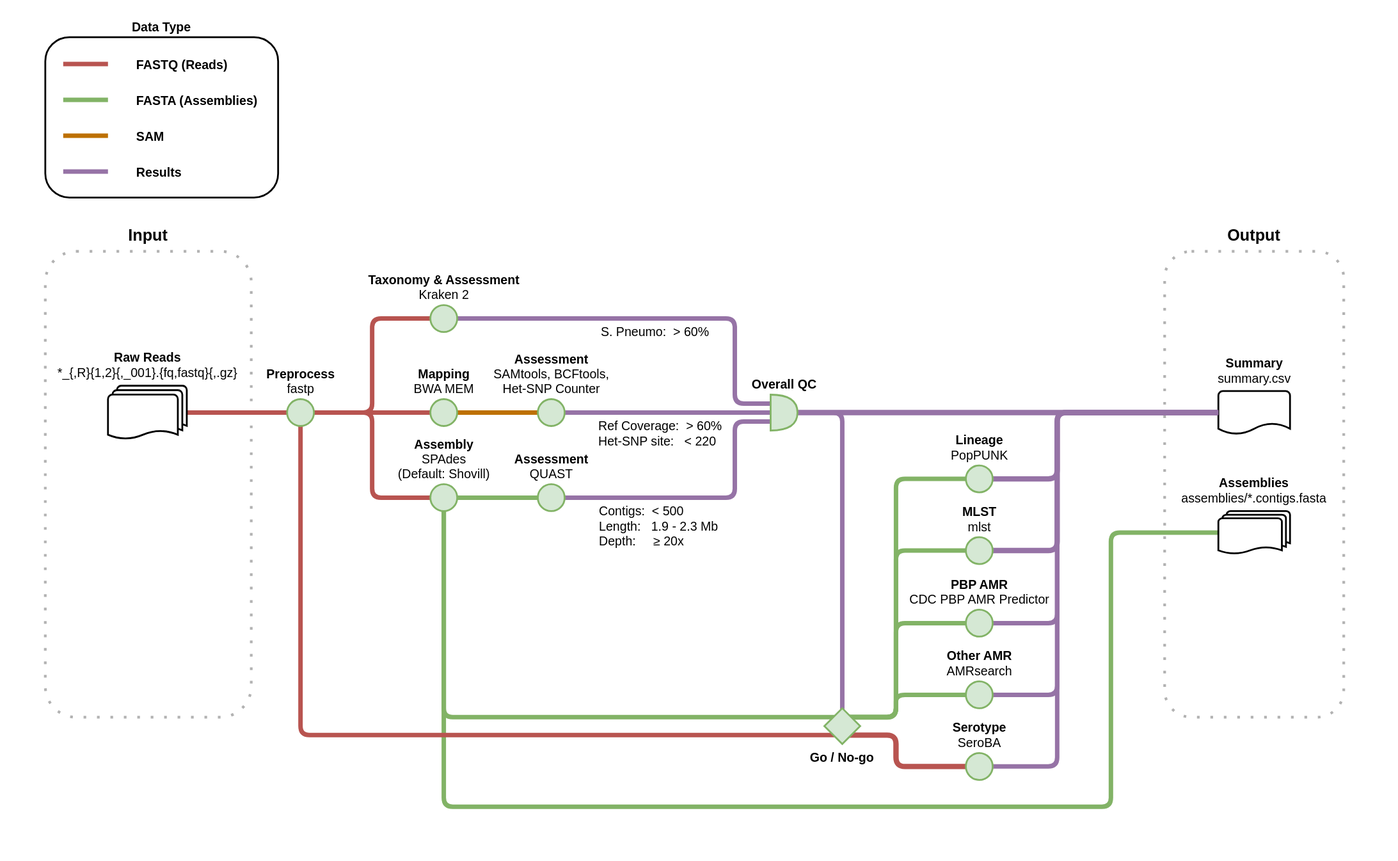
sanger-bentley-group/gps-pipeline keeps this draw.io diagram as doc/workflow.drawio.svg. Above is the earlier version. Source tidied: cells renumbered, new cells last; positions are measured from the earlier drawing's top-left corner, leaving out a move shared by most shapes.
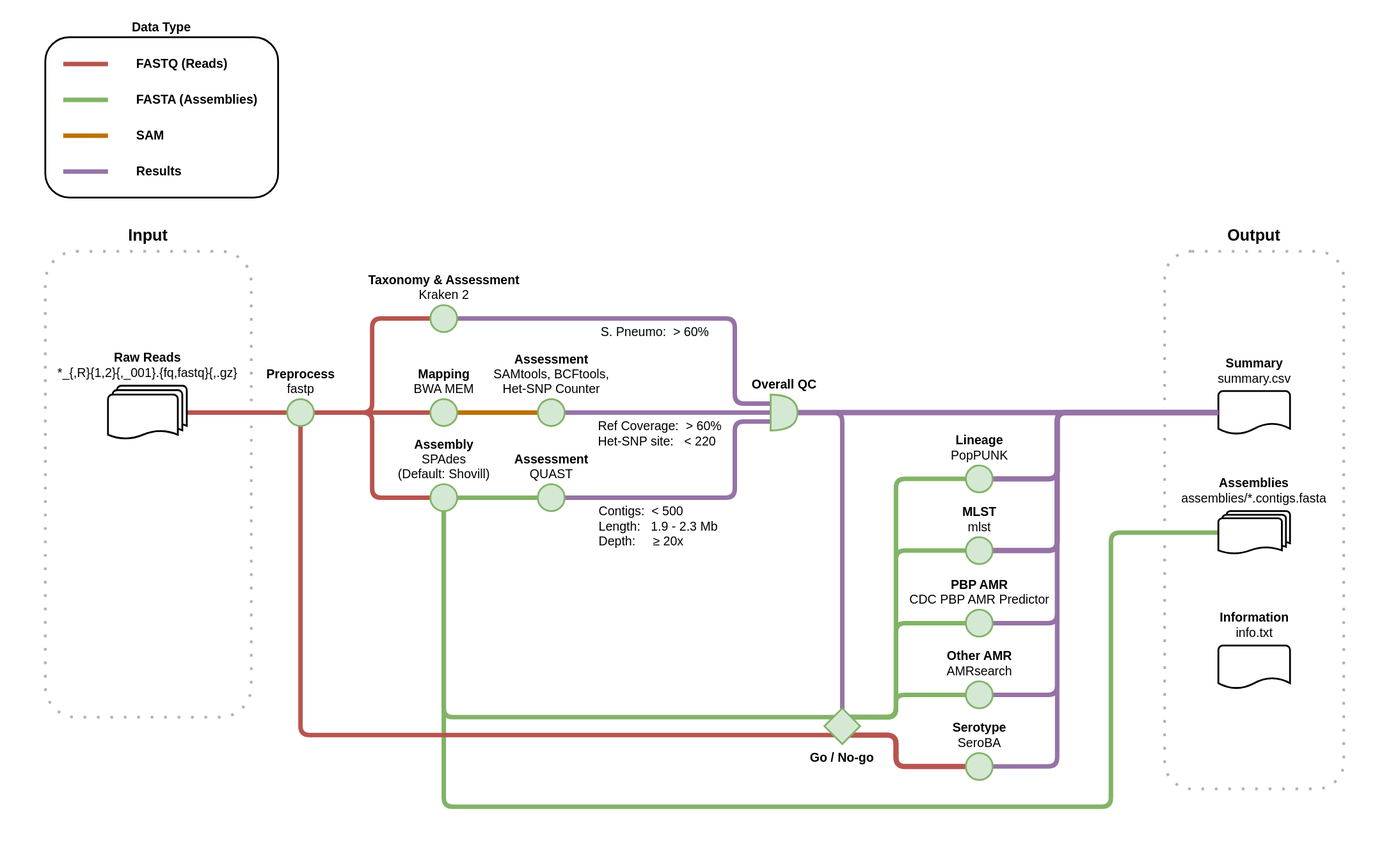
After the change.

Commit message:
Include information on info.txt

Change to the diagram source:
```diff
@@ -6,7 +6,7 @@
       <mxGeometry width="1560" height="960" as="geometry" />
     </mxCell>
     <mxCell id="3" value="Output" style="rounded=1;strokeColor=#000000;fillColor=none;dashed=1;strokeWidth=3;fontStyle=1;labelPosition=center;verticalLabelPosition=top;align=center;verticalAlign=bottom;fontSize=18;spacing=8;dashPattern=1 4;opacity=30;" parent="1" vertex="1">
-      <mxGeometry x="1300" y="280" width="200" height="520" as="geometry" />
+      <mxGeometry x="1300" y="280" width="200" height="600" as="geometry" />
     </mxCell>
     <mxCell id="4" value="Input" style="rounded=1;strokeColor=#000000;fillColor=none;dashed=1;strokeWidth=3;fontStyle=1;labelPosition=center;verticalLabelPosition=top;align=center;verticalAlign=bottom;fontSize=18;spacing=8;dashPattern=1 4;opacity=30;" parent="1" vertex="1">
       <mxGeometry x="50" y="280" width="230" height="520" as="geometry" />
@@ -272,5 +272,8 @@
     <mxCell id="56" value="&lt;b&gt;Other AMR&lt;/b&gt;&lt;br&gt;AMRsearch" style="ellipse;html=1;strokeWidth=2;labelPosition=center;verticalLabelPosition=top;align=center;verticalAlign=bottom;fillColor=#d5e8d4;strokeColor=#82b366;rounded=1;fontSize=14;" parent="1" vertex="1">
       <mxGeometry x="1078" y="760" width="30" height="30" as="geometry" />
     </mxCell>
+    <mxCell id="57" value="&lt;b style=&quot;font-size: 14px&quot;&gt;Information&lt;/b&gt;&lt;br style=&quot;font-size: 14px&quot;&gt;info.txt" style="strokeWidth=2;html=1;shape=mxgraph.flowchart.document2;size=0.25;labelPosition=center;verticalLabelPosition=top;align=center;verticalAlign=bottom;rounded=1;spacing=5;fontSize=14;" parent="1" vertex="1">
+      <mxGeometry x="1360" y="720" width="80" height="48" as="geometry" />
+    </mxCell>
   </root>
 </mxGraphModel>
```
